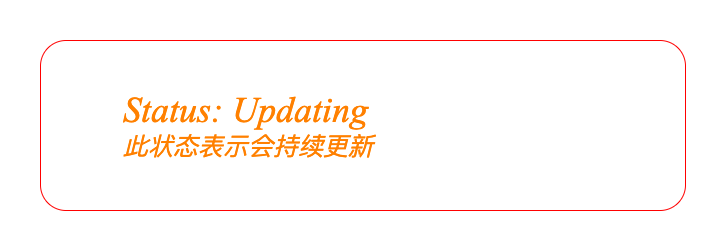
Above: img/updating.png in DarkFlameMasterDev/DarkFlameMasterDev.github.io (draw.io), before the change. Source tidied: cells renumbered, new cells last; positions are measured from the earlier drawing's top-left corner, leaving out a move shared by most shapes.
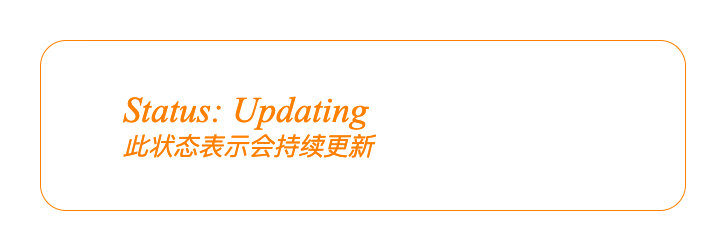
After the change.

Diff of the diagram source:
```diff
@@ -8,7 +8,7 @@
     <mxCell id="3" style="group;fillColor=none;" parent="1" vertex="1">
       <mxGeometry x="48" y="42" width="645" height="170" as="geometry" />
     </mxCell>
-    <mxCell id="4" style="rounded=1;whiteSpace=wrap;html=1;fillColor=none;strokeColor=#FF0000;" parent="3" vertex="1">
+    <mxCell id="4" style="rounded=1;whiteSpace=wrap;html=1;fillColor=none;strokeColor=#FF8000;" parent="3" vertex="1">
       <mxGeometry x="-8" y="-2" width="645" height="170" as="geometry" />
     </mxCell>
     <mxCell id="5" value="&lt;font face=&quot;Times New Roman&quot;&gt;&lt;i&gt;&lt;span style=&quot;font-size: 36px&quot;&gt;Status: Updating&lt;/span&gt;&lt;br&gt;&lt;div style=&quot;text-align: center&quot;&gt;&lt;i&gt;&lt;font style=&quot;font-size: 25px&quot;&gt;此状态表示会持续更新&lt;/font&gt;&lt;/i&gt;&lt;/div&gt;&lt;/i&gt;&lt;/font&gt;" style="text;html=1;strokeColor=none;fillColor=none;align=left;verticalAlign=middle;whiteSpace=wrap;rounded=0;fontColor=#FF8000;" parent="3" vertex="1">
```
